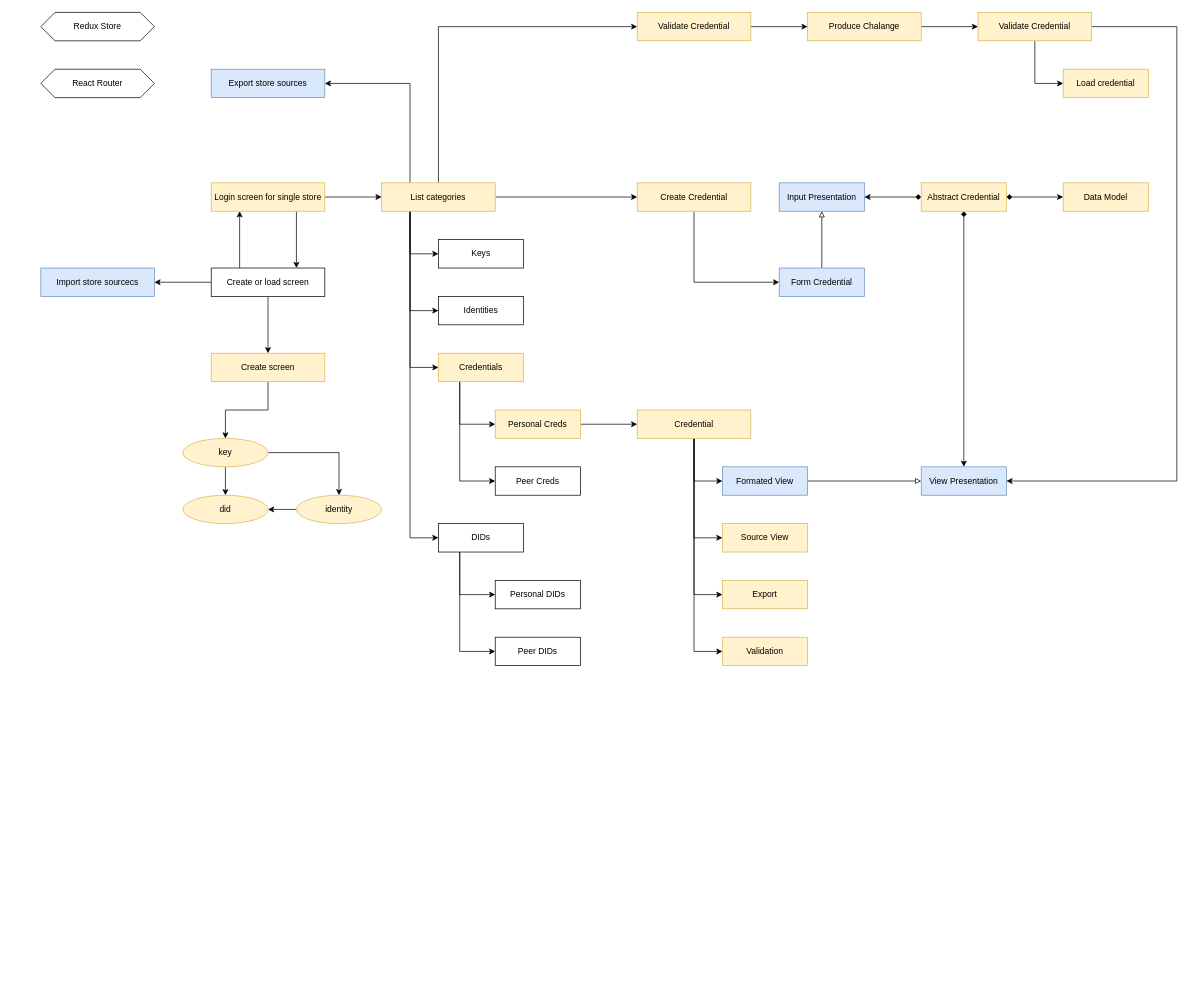
Above: page "Web UI" (7 of 7) of docs/MetaID Wallet.drawio in owlmeans/regov-ssi-mono (draw.io), before the change. Source tidied: cells renumbered, new cells numbered last; positions are measured from the earlier drawing's top-left corner, leaving out a move shared by most shapes. Both pictures are drawn from the tidied source at 71%, with x=0, y=0 at pixel (40, 12).
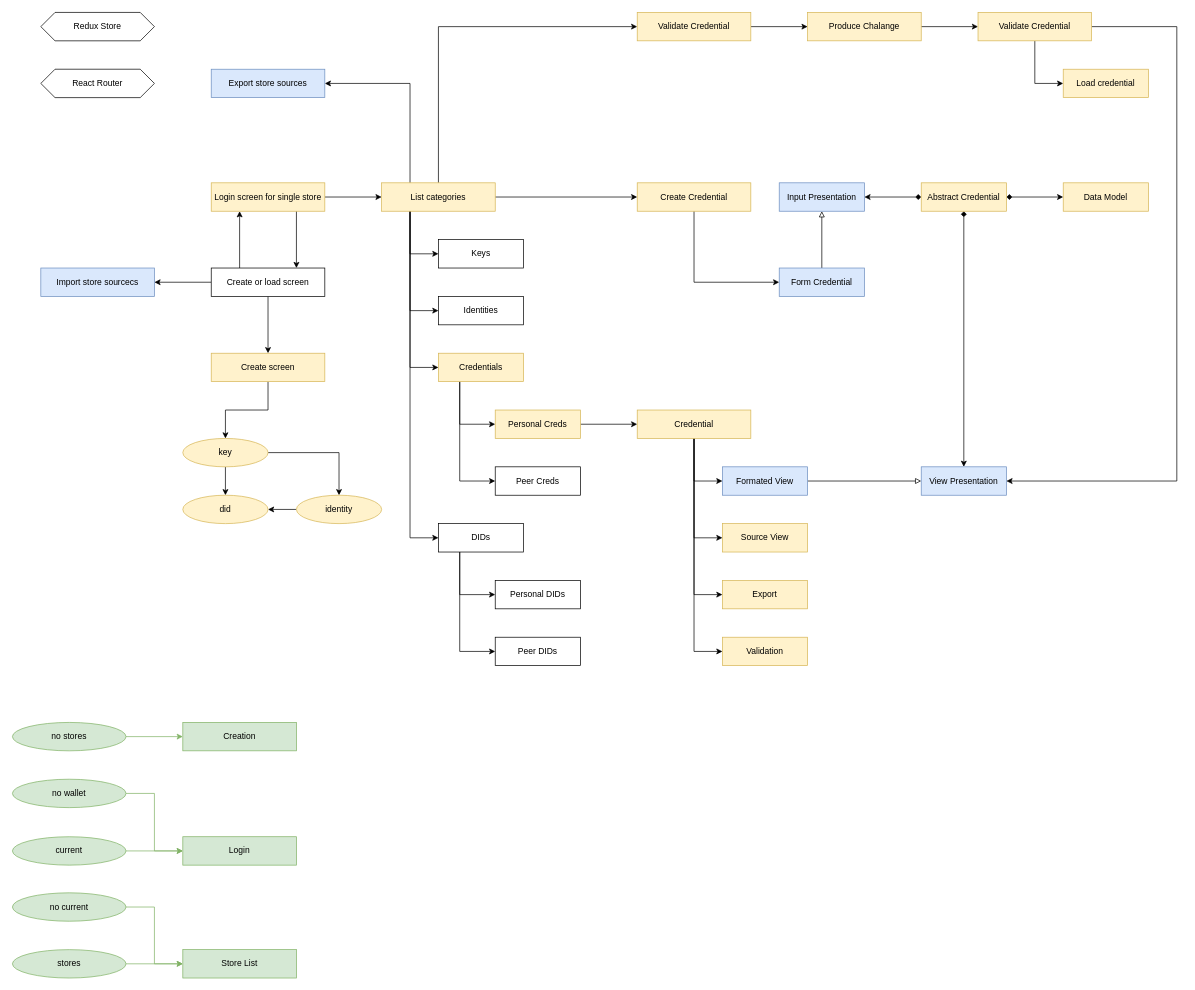
After the change.

The edit, as a diff of the source:
```diff
@@
+    <mxCell id="71" value="Store List" style="rounded=0;whiteSpace=wrap;html=1;fillColor=#d5e8d4;strokeColor=#82b366;" parent="1" vertex="1">
+      <mxGeometry x="200" y="1320" width="160" height="40" as="geometry" />
+    </mxCell>
+    <mxCell id="72" style="edgeStyle=orthogonalEdgeStyle;rounded=0;jettySize=auto;html=1;exitX=1;exitY=0.5;exitDx=0;exitDy=0;fillColor=#d5e8d4;strokeColor=#82b366;" parent="1" edge="1" source="73" target="74">
+      <mxGeometry relative="1" as="geometry" />
+    </mxCell>
+    <mxCell id="73" value="no stores" style="ellipse;whiteSpace=wrap;html=1;fillColor=#d5e8d4;strokeColor=#82b366;" parent="1" vertex="1">
+      <mxGeometry x="-40" y="1000" width="160" height="40" as="geometry" />
+    </mxCell>
+    <mxCell id="74" value="Creation" style="rounded=0;whiteSpace=wrap;html=1;fillColor=#d5e8d4;strokeColor=#82b366;" parent="1" vertex="1">
+      <mxGeometry x="200" y="1000" width="160" height="40" as="geometry" />
+    </mxCell>
+    <mxCell id="75" style="edgeStyle=orthogonalEdgeStyle;rounded=0;jettySize=auto;html=1;exitX=1;exitY=0.5;exitDx=0;exitDy=0;entryX=0;entryY=0.5;entryDx=0;entryDy=0;fillColor=#d5e8d4;strokeColor=#82b366;" parent="1" edge="1" source="76" target="77">
+      <mxGeometry relative="1" as="geometry" />
+    </mxCell>
+    <mxCell id="76" value="no wallet" style="ellipse;whiteSpace=wrap;html=1;fillColor=#d5e8d4;strokeColor=#82b366;" parent="1" vertex="1">
+      <mxGeometry x="-40" y="1080" width="160" height="40" as="geometry" />
+    </mxCell>
+    <mxCell id="77" value="Login" style="rounded=0;whiteSpace=wrap;html=1;fillColor=#d5e8d4;strokeColor=#82b366;" parent="1" vertex="1">
+      <mxGeometry x="200" y="1161" width="160" height="40" as="geometry" />
+    </mxCell>
+    <mxCell id="78" style="edgeStyle=orthogonalEdgeStyle;rounded=0;jettySize=auto;html=1;exitX=1;exitY=0.5;exitDx=0;exitDy=0;fillColor=#d5e8d4;strokeColor=#82b366;" parent="1" edge="1" source="79" target="77">
+      <mxGeometry relative="1" as="geometry" />
+    </mxCell>
+    <mxCell id="79" value="current" style="ellipse;whiteSpace=wrap;html=1;fillColor=#d5e8d4;strokeColor=#82b366;" parent="1" vertex="1">
+      <mxGeometry x="-40" y="1161" width="160" height="40" as="geometry" />
+    </mxCell>
+    <mxCell id="80" style="edgeStyle=orthogonalEdgeStyle;rounded=0;jettySize=auto;html=1;exitX=1;exitY=0.5;exitDx=0;exitDy=0;fillColor=#d5e8d4;strokeColor=#82b366;" parent="1" edge="1" source="81" target="71">
+      <mxGeometry relative="1" as="geometry" />
+    </mxCell>
+    <mxCell id="81" value="stores" style="ellipse;whiteSpace=wrap;html=1;fillColor=#d5e8d4;strokeColor=#82b366;" parent="1" vertex="1">
+      <mxGeometry x="-40" y="1320" width="160" height="40" as="geometry" />
+    </mxCell>
+    <mxCell id="82" style="edgeStyle=orthogonalEdgeStyle;rounded=0;jettySize=auto;html=1;exitX=1;exitY=0.5;exitDx=0;exitDy=0;entryX=0;entryY=0.5;entryDx=0;entryDy=0;fillColor=#d5e8d4;strokeColor=#82b366;" parent="1" edge="1" source="83" target="71">
+      <mxGeometry relative="1" as="geometry" />
+    </mxCell>
+    <mxCell id="83" value="no current" style="ellipse;whiteSpace=wrap;html=1;fillColor=#d5e8d4;strokeColor=#82b366;" parent="1" vertex="1">
+      <mxGeometry x="-40" y="1240" width="160" height="40" as="geometry" />
+    </mxCell>
```
